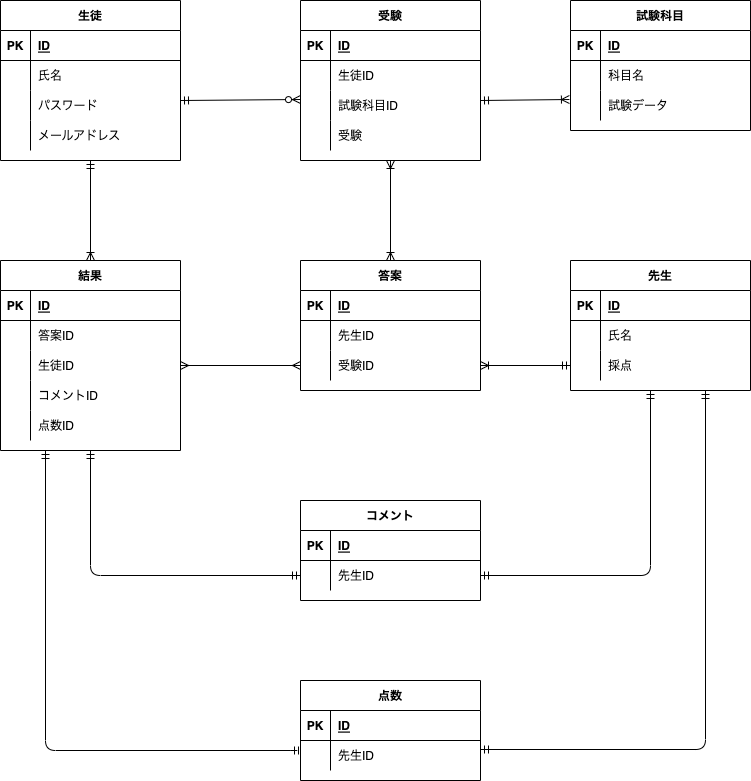
This is index.drawio.png from unesaki/detabase, a draw.io export, as it was before one commit. Source tidied: cells renumbered, new cells last; positions are measured from the earlier drawing's top-left corner, leaving out a move shared by most shapes.
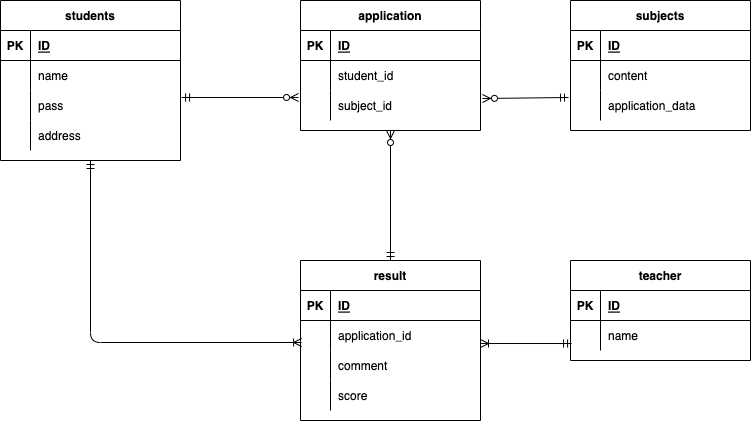
Above is the later version.

Commit message:
内容の修正

Change to the diagram source:
```diff
@@ -4,3 +4,3 @@
     <mxCell id="1" parent="0" />
-    <mxCell id="2" value="生徒" style="shape=table;startSize=30;rowLines=0;fontStyle=1;align=center;" parent="1" vertex="1">
+    <mxCell id="2" value="students" style="shape=table;startSize=30;rowLines=0;fontStyle=1;align=center;" parent="1" vertex="1">
       <mxGeometry width="180" height="160" as="geometry" />
@@ -22,3 +22,3 @@
     </mxCell>
-    <mxCell id="8" value="氏名" style="shape=partialRectangle;fillColor=none;top=0;left=0;bottom=0;right=0;align=left;spacingLeft=6;overflow=hidden;" parent="6" vertex="1">
+    <mxCell id="8" value="name" style="shape=partialRectangle;fillColor=none;top=0;left=0;bottom=0;right=0;align=left;spacingLeft=6;overflow=hidden;" parent="6" vertex="1">
       <mxGeometry x="30" width="150" height="30" as="geometry" />
@@ -31,3 +31,3 @@
     </mxCell>
-    <mxCell id="11" value="パスワード" style="shape=partialRectangle;fillColor=none;top=0;left=0;bottom=0;right=0;align=left;spacingLeft=6;overflow=hidden;" parent="9" vertex="1">
+    <mxCell id="11" value="pass" style="shape=partialRectangle;fillColor=none;top=0;left=0;bottom=0;right=0;align=left;spacingLeft=6;overflow=hidden;" parent="9" vertex="1">
       <mxGeometry x="30" width="150" height="30" as="geometry" />
@@ -40,7 +40,7 @@
     </mxCell>
-    <mxCell id="14" value="メールアドレス" style="shape=partialRectangle;fillColor=none;top=0;left=0;bottom=0;right=0;align=left;spacingLeft=6;overflow=hidden;" parent="12" vertex="1">
+    <mxCell id="14" value="address" style="shape=partialRectangle;fillColor=none;top=0;left=0;bottom=0;right=0;align=left;spacingLeft=6;overflow=hidden;" parent="12" vertex="1">
       <mxGeometry x="30" width="150" height="30" as="geometry" />
     </mxCell>
-    <mxCell id="15" value="受験" style="shape=table;startSize=30;rowLines=0;fontStyle=1;align=center;" parent="1" vertex="1">
-      <mxGeometry x="300" width="180" height="160" as="geometry" />
+    <mxCell id="15" value="application" style="shape=table;startSize=30;rowLines=0;fontStyle=1;align=center;" parent="1" vertex="1">
+      <mxGeometry x="300" width="180" height="130" as="geometry" />
     </mxCell>
@@ -61,3 +61,3 @@
     </mxCell>
-    <mxCell id="21" value="生徒ID" style="shape=partialRectangle;fillColor=none;top=0;left=0;bottom=0;right=0;align=left;spacingLeft=6;overflow=hidden;" parent="19" vertex="1">
+    <mxCell id="21" value="student_id" style="shape=partialRectangle;fillColor=none;top=0;left=0;bottom=0;right=0;align=left;spacingLeft=6;overflow=hidden;" parent="19" vertex="1">
       <mxGeometry x="30" width="150" height="30" as="geometry" />
@@ -70,16 +70,7 @@
     </mxCell>
-    <mxCell id="24" value="試験科目ID" style="shape=partialRectangle;fillColor=none;top=0;left=0;bottom=0;right=0;align=left;spacingLeft=6;overflow=hidden;" parent="22" vertex="1">
+    <mxCell id="24" value="subject_id" style="shape=partialRectangle;fillColor=none;top=0;left=0;bottom=0;right=0;align=left;spacingLeft=6;overflow=hidden;" parent="22" vertex="1">
       <mxGeometry x="30" width="150" height="30" as="geometry" />
     </mxCell>
-    <mxCell id="25" style="shape=partialRectangle;fillColor=none;top=0;left=0;bottom=0;right=0;" parent="15" vertex="1">
-      <mxGeometry y="120" width="180" height="30" as="geometry" />
-    </mxCell>
-    <mxCell id="26" style="shape=partialRectangle;fillColor=none;top=0;left=0;bottom=0;right=0;overflow=hidden;" parent="25" vertex="1">
-      <mxGeometry width="30" height="30" as="geometry" />
-    </mxCell>
-    <mxCell id="27" value="受験" style="shape=partialRectangle;fillColor=none;top=0;left=0;bottom=0;right=0;align=left;spacingLeft=6;overflow=hidden;" parent="25" vertex="1">
-      <mxGeometry x="30" width="150" height="30" as="geometry" />
-    </mxCell>
-    <mxCell id="28" value="先生" style="shape=table;startSize=30;rowLines=0;fontStyle=1;align=center;" parent="1" vertex="1">
-      <mxGeometry x="570" y="260" width="180" height="130" as="geometry" />
+    <mxCell id="28" value="teacher" style="shape=table;startSize=30;rowLines=0;fontStyle=1;align=center;" parent="1" vertex="1">
+      <mxGeometry x="570" y="260" width="180" height="100" as="geometry" />
     </mxCell>
@@ -100,15 +91,6 @@
     </mxCell>
-    <mxCell id="34" value="氏名" style="shape=partialRectangle;fillColor=none;top=0;left=0;bottom=0;right=0;align=left;spacingLeft=6;overflow=hidden;" parent="32" vertex="1">
+    <mxCell id="34" value="name" style="shape=partialRectangle;fillColor=none;top=0;left=0;bottom=0;right=0;align=left;spacingLeft=6;overflow=hidden;" parent="32" vertex="1">
       <mxGeometry x="30" width="150" height="30" as="geometry" />
     </mxCell>
-    <mxCell id="35" style="shape=partialRectangle;fillColor=none;top=0;left=0;bottom=0;right=0;" parent="28" vertex="1">
-      <mxGeometry y="90" width="180" height="30" as="geometry" />
-    </mxCell>
-    <mxCell id="36" style="shape=partialRectangle;fillColor=none;top=0;left=0;bottom=0;right=0;overflow=hidden;" parent="35" vertex="1">
-      <mxGeometry width="30" height="30" as="geometry" />
-    </mxCell>
-    <mxCell id="37" value="採点" style="shape=partialRectangle;fillColor=none;top=0;left=0;bottom=0;right=0;align=left;spacingLeft=6;overflow=hidden;" parent="35" vertex="1">
-      <mxGeometry x="30" width="150" height="30" as="geometry" />
-    </mxCell>
-    <mxCell id="38" value="試験科目" style="shape=table;startSize=30;rowLines=0;fontStyle=1;align=center;" parent="1" vertex="1">
+    <mxCell id="38" value="subjects" style="shape=table;startSize=30;rowLines=0;fontStyle=1;align=center;" parent="1" vertex="1">
       <mxGeometry x="570" width="180" height="130" as="geometry" />
@@ -130,3 +112,3 @@
     </mxCell>
-    <mxCell id="44" value="科目名" style="shape=partialRectangle;fillColor=none;top=0;left=0;bottom=0;right=0;align=left;spacingLeft=6;overflow=hidden;" parent="42" vertex="1">
+    <mxCell id="44" value="content" style="shape=partialRectangle;fillColor=none;top=0;left=0;bottom=0;right=0;align=left;spacingLeft=6;overflow=hidden;" parent="42" vertex="1">
       <mxGeometry x="30" width="150" height="30" as="geometry" />
@@ -139,17 +121,7 @@
     </mxCell>
-    <mxCell id="47" value="試験データ" style="shape=partialRectangle;fillColor=none;top=0;left=0;bottom=0;right=0;align=left;spacingLeft=6;overflow=hidden;" parent="45" vertex="1">
+    <mxCell id="47" value="application_data" style="shape=partialRectangle;fillColor=none;top=0;left=0;bottom=0;right=0;align=left;spacingLeft=6;overflow=hidden;" parent="45" vertex="1">
       <mxGeometry x="30" width="150" height="30" as="geometry" />
     </mxCell>
-    <mxCell id="48" style="fontSize=12;html=1;endArrow=ERzeroToMany;startArrow=ERmandOne;entryX=0;entryY=0.3;entryDx=0;entryDy=0;entryPerimeter=0;" parent="1" edge="1" target="22">
-      <mxGeometry relative="1" as="geometry">
-        <mxPoint x="180" y="100" as="sourcePoint" />
-      </mxGeometry>
-    </mxCell>
-    <mxCell id="49" style="fontSize=12;html=1;endArrow=ERoneToMany;startArrow=ERmandOne;entryX=-0.006;entryY=0.3;entryDx=0;entryDy=0;entryPerimeter=0;" parent="1" edge="1" target="45">
-      <mxGeometry relative="1" as="geometry">
-        <mxPoint x="480" y="100" as="sourcePoint" />
-      </mxGeometry>
-    </mxCell>
-    <mxCell id="50" value="答案" style="shape=table;startSize=30;rowLines=0;fontStyle=1;align=center;" parent="1" vertex="1">
-      <mxGeometry x="300" y="260" width="180" height="130" as="geometry" />
+    <mxCell id="50" value="result" style="shape=table;startSize=30;rowLines=0;fontStyle=1;align=center;" parent="1" vertex="1">
+      <mxGeometry x="300" y="260" width="180" height="160" as="geometry" />
     </mxCell>
@@ -170,146 +142,42 @@
     </mxCell>
-    <mxCell id="56" value="先生ID" style="shape=partialRectangle;fillColor=none;top=0;left=0;bottom=0;right=0;align=left;spacingLeft=6;overflow=hidden;" parent="54" vertex="1">
+    <mxCell id="56" value="application_id" style="shape=partialRectangle;fillColor=none;top=0;left=0;bottom=0;right=0;align=left;spacingLeft=6;overflow=hidden;" parent="54" vertex="1">
       <mxGeometry x="30" width="150" height="30" as="geometry" />
     </mxCell>
-    <mxCell id="57" style="shape=partialRectangle;fillColor=none;top=0;left=0;bottom=0;right=0;points=[[0,0.5],[1,0.5]];portConstraint=eastwest;" parent="50" vertex="1">
-      <mxGeometry y="90" width="180" height="30" as="geometry" />
-    </mxCell>
-    <mxCell id="58" style="shape=partialRectangle;fillColor=none;top=0;left=0;bottom=0;right=0;overflow=hidden;" parent="57" vertex="1">
-      <mxGeometry width="30" height="30" as="geometry" />
-    </mxCell>
-    <mxCell id="59" value="受験ID" style="shape=partialRectangle;fillColor=none;top=0;left=0;bottom=0;right=0;align=left;spacingLeft=6;overflow=hidden;" parent="57" vertex="1">
-      <mxGeometry x="30" width="150" height="30" as="geometry" />
-    </mxCell>
+    <mxCell id="98" style="shape=partialRectangle;fillColor=none;top=0;left=0;bottom=0;right=0;" parent="50" vertex="1">
+      <mxGeometry y="90" width="180" height="30" as="geometry" />
+    </mxCell>
+    <mxCell id="99" style="shape=partialRectangle;fillColor=none;top=0;left=0;bottom=0;right=0;overflow=hidden;" parent="98" vertex="1">
+      <mxGeometry width="30" height="30" as="geometry" />
+    </mxCell>
+    <mxCell id="100" value="comment" style="shape=partialRectangle;fillColor=none;top=0;left=0;bottom=0;right=0;align=left;spacingLeft=6;overflow=hidden;" parent="98" vertex="1">
+      <mxGeometry x="30" width="150" height="30" as="geometry" />
+    </mxCell>
+    <mxCell id="101" style="shape=partialRectangle;fillColor=none;top=0;left=0;bottom=0;right=0;" parent="50" vertex="1">
+      <mxGeometry y="120" width="180" height="30" as="geometry" />
+    </mxCell>
+    <mxCell id="102" style="shape=partialRectangle;fillColor=none;top=0;left=0;bottom=0;right=0;overflow=hidden;" parent="101" vertex="1">
+      <mxGeometry width="30" height="30" as="geometry" />
+    </mxCell>
+    <mxCell id="103" value="score" style="shape=partialRectangle;fillColor=none;top=0;left=0;bottom=0;right=0;align=left;spacingLeft=6;overflow=hidden;" parent="101" vertex="1">
+      <mxGeometry x="30" width="150" height="30" as="geometry" />
+    </mxCell>
-    <mxCell id="60" style="fontSize=12;html=1;endArrow=ERoneToMany;startArrow=ERoneToMany;entryX=0.5;entryY=1;entryDx=0;entryDy=0;exitX=0.5;exitY=0;exitDx=0;exitDy=0;" parent="1" edge="1" source="50" target="15">
+    <mxCell id="60" style="fontSize=12;html=1;endArrow=ERzeroToMany;startArrow=ERmandOne;entryX=0.5;entryY=1;entryDx=0;entryDy=0;exitX=0.5;exitY=0;exitDx=0;exitDy=0;" parent="1" edge="1" source="50" target="15">
       <mxGeometry relative="1" as="geometry" />
     </mxCell>
-    <mxCell id="61" style="fontSize=12;html=1;endArrow=ERoneToMany;startArrow=ERmandOne;entryX=1;entryY=0.5;entryDx=0;entryDy=0;exitX=0;exitY=0.5;exitDx=0;exitDy=0;" parent="1" edge="1" target="57">
-      <mxGeometry relative="1" as="geometry">
-        <mxPoint x="570" y="365" as="sourcePoint" />
-      </mxGeometry>
-    </mxCell>
-    <mxCell id="62" value="結果" style="shape=table;startSize=30;rowLines=0;fontStyle=1;align=center;" parent="1" vertex="1">
-      <mxGeometry y="260" width="180" height="190" as="geometry" />
-    </mxCell>
-    <mxCell id="63" style="shape=partialRectangle;fillColor=none;top=0;left=0;bottom=1;right=0;" parent="62" vertex="1">
-      <mxGeometry y="30" width="180" height="30" as="geometry" />
-    </mxCell>
-    <mxCell id="64" value="PK" style="shape=partialRectangle;fillColor=none;top=0;left=0;bottom=0;right=0;fontStyle=1;overflow=hidden;" parent="63" vertex="1">
-      <mxGeometry width="30" height="30" as="geometry" />
-    </mxCell>
-    <mxCell id="65" value="ID" style="shape=partialRectangle;fillColor=none;top=0;left=0;bottom=0;right=0;align=left;spacingLeft=6;fontStyle=5;overflow=hidden;" parent="63" vertex="1">
-      <mxGeometry x="30" width="150" height="30" as="geometry" />
-    </mxCell>
-    <mxCell id="66" style="shape=partialRectangle;fillColor=none;top=0;left=0;bottom=0;right=0;" parent="62" vertex="1">
-      <mxGeometry y="60" width="180" height="30" as="geometry" />
-    </mxCell>
-    <mxCell id="67" style="shape=partialRectangle;fillColor=none;top=0;left=0;bottom=0;right=0;overflow=hidden;" parent="66" vertex="1">
-      <mxGeometry width="30" height="30" as="geometry" />
-    </mxCell>
-    <mxCell id="68" value="答案ID" style="shape=partialRectangle;fillColor=none;top=0;left=0;bottom=0;right=0;align=left;spacingLeft=6;overflow=hidden;" parent="66" vertex="1">
-      <mxGeometry x="30" width="150" height="30" as="geometry" />
-    </mxCell>
-    <mxCell id="69" style="shape=partialRectangle;fillColor=none;top=0;left=0;bottom=0;right=0;points=[[0,0.5],[1,0.5]];portConstraint=eastwest;" parent="62" vertex="1">
-      <mxGeometry y="90" width="180" height="30" as="geometry" />
-    </mxCell>
-    <mxCell id="70" style="shape=partialRectangle;fillColor=none;top=0;left=0;bottom=0;right=0;overflow=hidden;" parent="69" vertex="1">
-      <mxGeometry width="30" height="30" as="geometry" />
-    </mxCell>
-    <mxCell id="71" value="生徒ID" style="shape=partialRectangle;fillColor=none;top=0;left=0;bottom=0;right=0;align=left;spacingLeft=6;overflow=hidden;" parent="69" vertex="1">
-      <mxGeometry x="30" width="150" height="30" as="geometry" />
-    </mxCell>
-    <mxCell id="72" style="shape=partialRectangle;fillColor=none;top=0;left=0;bottom=0;right=0;" parent="62" vertex="1">
-      <mxGeometry y="120" width="180" height="30" as="geometry" />
-    </mxCell>
-    <mxCell id="73" style="shape=partialRectangle;fillColor=none;top=0;left=0;bottom=0;right=0;overflow=hidden;" parent="72" vertex="1">
-      <mxGeometry width="30" height="30" as="geometry" />
-    </mxCell>
-    <mxCell id="74" value="コメントID" style="shape=partialRectangle;fillColor=none;top=0;left=0;bottom=0;right=0;align=left;spacingLeft=6;overflow=hidden;" parent="72" vertex="1">
-      <mxGeometry x="30" width="150" height="30" as="geometry" />
-    </mxCell>
-    <mxCell id="75" style="shape=partialRectangle;fillColor=none;top=0;left=0;bottom=0;right=0;" parent="62" vertex="1">
-      <mxGeometry y="150" width="180" height="30" as="geometry" />
-    </mxCell>
-    <mxCell id="76" style="shape=partialRectangle;fillColor=none;top=0;left=0;bottom=0;right=0;overflow=hidden;" parent="75" vertex="1">
-      <mxGeometry width="30" height="30" as="geometry" />
-    </mxCell>
-    <mxCell id="77" value="点数ID" style="shape=partialRectangle;fillColor=none;top=0;left=0;bottom=0;right=0;align=left;spacingLeft=6;overflow=hidden;" parent="75" vertex="1">
-      <mxGeometry x="30" width="150" height="30" as="geometry" />
-    </mxCell>
-    <mxCell id="78" value="点数" style="shape=table;startSize=30;rowLines=0;fontStyle=1;align=center;" parent="1" vertex="1">
-      <mxGeometry x="300" y="680" width="180" height="100" as="geometry" />
-    </mxCell>
-    <mxCell id="79" style="shape=partialRectangle;fillColor=none;top=0;left=0;bottom=1;right=0;" parent="78" vertex="1">
-      <mxGeometry y="30" width="180" height="30" as="geometry" />
-    </mxCell>
-    <mxCell id="80" value="PK" style="shape=partialRectangle;fillColor=none;top=0;left=0;bottom=0;right=0;fontStyle=1;overflow=hidden;" parent="79" vertex="1">
-      <mxGeometry width="30" height="30" as="geometry" />
-    </mxCell>
-    <mxCell id="81" value="ID" style="shape=partialRectangle;fillColor=none;top=0;left=0;bottom=0;right=0;align=left;spacingLeft=6;fontStyle=5;overflow=hidden;" parent="79" vertex="1">
-      <mxGeometry x="30" width="150" height="30" as="geometry" />
-    </mxCell>
-    <mxCell id="82" style="shape=partialRectangle;fillColor=none;top=0;left=0;bottom=0;right=0;" parent="78" vertex="1">
-      <mxGeometry y="60" width="180" height="30" as="geometry" />
-    </mxCell>
-    <mxCell id="83" style="shape=partialRectangle;fillColor=none;top=0;left=0;bottom=0;right=0;overflow=hidden;" parent="82" vertex="1">
-      <mxGeometry width="30" height="30" as="geometry" />
-    </mxCell>
-    <mxCell id="84" value="先生ID" style="shape=partialRectangle;fillColor=none;top=0;left=0;bottom=0;right=0;align=left;spacingLeft=6;overflow=hidden;" parent="82" vertex="1">
-      <mxGeometry x="30" width="150" height="30" as="geometry" />
-    </mxCell>
-    <mxCell id="85" value="コメント" style="shape=table;startSize=30;rowLines=0;fontStyle=1;align=center;" parent="1" vertex="1">
-      <mxGeometry x="300" y="500" width="180" height="100" as="geometry" />
-    </mxCell>
-    <mxCell id="86" style="shape=partialRectangle;fillColor=none;top=0;left=0;bottom=1;right=0;" parent="85" vertex="1">
-      <mxGeometry y="30" width="180" height="30" as="geometry" />
-    </mxCell>
-    <mxCell id="87" value="PK" style="shape=partialRectangle;fillColor=none;top=0;left=0;bottom=0;right=0;fontStyle=1;overflow=hidden;" parent="86" vertex="1">
-      <mxGeometry width="30" height="30" as="geometry" />
-    </mxCell>
-    <mxCell id="88" value="ID" style="shape=partialRectangle;fillColor=none;top=0;left=0;bottom=0;right=0;align=left;spacingLeft=6;fontStyle=5;overflow=hidden;" parent="86" vertex="1">
-      <mxGeometry x="30" width="150" height="30" as="geometry" />
-    </mxCell>
-    <mxCell id="89" style="shape=partialRectangle;fillColor=none;top=0;left=0;bottom=0;right=0;" parent="85" vertex="1">
-      <mxGeometry y="60" width="180" height="30" as="geometry" />
-    </mxCell>
-    <mxCell id="90" style="shape=partialRectangle;fillColor=none;top=0;left=0;bottom=0;right=0;overflow=hidden;" parent="89" vertex="1">
-      <mxGeometry width="30" height="30" as="geometry" />
-    </mxCell>
-    <mxCell id="91" value="先生ID" style="shape=partialRectangle;fillColor=none;top=0;left=0;bottom=0;right=0;align=left;spacingLeft=6;overflow=hidden;" parent="89" vertex="1">
-      <mxGeometry x="30" width="150" height="30" as="geometry" />
-    </mxCell>
-    <mxCell id="92" style="fontSize=12;html=1;endArrow=ERmandOne;startArrow=ERmandOne;exitX=0;exitY=0.5;exitDx=0;exitDy=0;edgeStyle=orthogonalEdgeStyle;entryX=0.5;entryY=1;entryDx=0;entryDy=0;" parent="1" edge="1" target="62">
-      <mxGeometry relative="1" as="geometry">
-        <mxPoint x="300" y="575" as="sourcePoint" />
-      </mxGeometry>
-    </mxCell>
-    <mxCell id="93" style="fontSize=12;html=1;endArrow=ERoneToMany;startArrow=ERmandOne;entryX=0.5;entryY=0;entryDx=0;entryDy=0;exitX=0.5;exitY=1;exitDx=0;exitDy=0;" parent="1" edge="1" source="2" target="62">
-      <mxGeometry relative="1" as="geometry" />
-    </mxCell>
-    <mxCell id="94" style="fontSize=12;html=1;endArrow=ERmany;startArrow=ERmany;exitX=1;exitY=0.5;exitDx=0;exitDy=0;entryX=0;entryY=0.5;entryDx=0;entryDy=0;" parent="1" edge="1" source="69" target="57">
-      <mxGeometry relative="1" as="geometry" />
-    </mxCell>
-    <mxCell id="95" style="edgeStyle=orthogonalEdgeStyle;fontSize=12;html=1;endArrow=ERmandOne;startArrow=ERmandOne;exitX=1;exitY=0.3;exitDx=0;exitDy=0;exitPerimeter=0;entryX=0.75;entryY=1;entryDx=0;entryDy=0;" parent="1" edge="1" target="28">
-      <mxGeometry relative="1" as="geometry">
-        <mxPoint x="480" y="749" as="sourcePoint" />
-        <Array as="points">
-          <mxPoint x="705" y="749" />
-        </Array>
-      </mxGeometry>
-    </mxCell>
-    <mxCell id="96" style="edgeStyle=orthogonalEdgeStyle;fontSize=12;html=1;endArrow=ERmandOne;startArrow=ERmandOne;" parent="1" edge="1">
-      <mxGeometry relative="1" as="geometry">
-        <mxPoint x="480" y="575" as="sourcePoint" />
-        <mxPoint x="650" y="390" as="targetPoint" />
-      </mxGeometry>
-    </mxCell>
-    <mxCell id="97" style="edgeStyle=orthogonalEdgeStyle;fontSize=12;html=1;endArrow=ERmandOne;startArrow=ERmandOne;exitX=0.25;exitY=1;exitDx=0;exitDy=0;" parent="1" edge="1" source="62">
-      <mxGeometry relative="1" as="geometry">
-        <mxPoint x="290" y="750" as="targetPoint" />
-        <Array as="points">
-          <mxPoint x="45" y="750" />
-          <mxPoint x="300" y="750" />
-        </Array>
-      </mxGeometry>
-    </mxCell>
+    <mxCell id="104" style="fontSize=12;html=1;endArrow=ERoneToMany;startArrow=ERmandOne;exitX=0.006;exitY=0.767;exitDx=0;exitDy=0;exitPerimeter=0;entryX=1;entryY=0.767;entryDx=0;entryDy=0;entryPerimeter=0;" parent="1" edge="1" source="32" target="54">
+      <mxGeometry relative="1" as="geometry" />
+    </mxCell>
+    <mxCell id="105" style="fontSize=12;html=1;endArrow=ERzeroToMany;startArrow=ERmandOne;exitX=1.006;exitY=0.233;exitDx=0;exitDy=0;exitPerimeter=0;entryX=-0.011;entryY=0.233;entryDx=0;entryDy=0;entryPerimeter=0;" parent="1" edge="1" source="9" target="22">
+      <mxGeometry relative="1" as="geometry" />
+    </mxCell>
+    <mxCell id="106" style="fontSize=12;html=1;endArrow=ERzeroToMany;startArrow=ERmandOne;exitX=-0.011;exitY=0.233;exitDx=0;exitDy=0;exitPerimeter=0;entryX=1.011;entryY=0.267;entryDx=0;entryDy=0;entryPerimeter=0;" parent="1" edge="1" source="45" target="22">
+      <mxGeometry relative="1" as="geometry" />
+    </mxCell>
+    <mxCell id="107" style="edgeStyle=orthogonalEdgeStyle;fontSize=12;html=1;endArrow=ERoneToMany;startArrow=ERmandOne;exitX=0.5;exitY=1;exitDx=0;exitDy=0;entryX=0.006;entryY=0.733;entryDx=0;entryDy=0;entryPerimeter=0;" parent="1" edge="1" source="2" target="54">
+      <mxGeometry relative="1" as="geometry">
+        <Array as="points">
+          <mxPoint x="90" y="342" />
+        </Array>
+      </mxGeometry>
+    </mxCell>
   </root>
```
